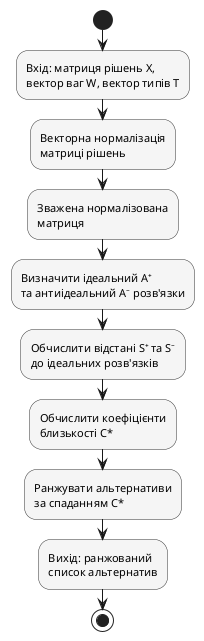
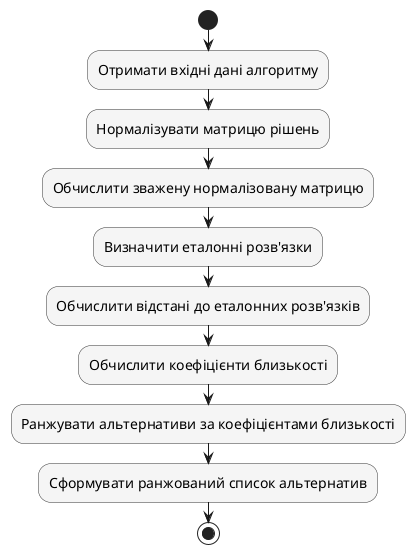
@startuml
' Рис. 2.8. Діаграма діяльності алгоритму TOPSIS
skinparam shadowing false
skinparam defaultFontName "Times New Roman"
- skinparam defaultFontSize 11
+ skinparam defaultFontSize 14
skinparam activity {
    BackgroundColor #f5f5f5
    BorderColor #333333
+     FontSize 14
}
+ skinparam activityDiamond {
+     FontSize 14
+ }
+ skinparam ArrowFontSize 13

start
- :Вхід: матриця рішень X,\nвектор ваг W, вектор типів T;
+ :Отримати вхідні дані алгоритму;

- :Векторна нормалізація\nматриці рішень;
+ :Нормалізувати матрицю рішень;

- :Зважена нормалізована\nматриця;
+ :Обчислити зважену нормалізовану матрицю;

- :Визначити ідеальний A⁺\nта антиідеальний A⁻ розв'язки;
+ :Визначити еталонні розв'язки;

- :Обчислити відстані S⁺ та S⁻\nдо ідеальних розв'язків;
+ :Обчислити відстані до еталонних розв'язків;

- :Обчислити коефіцієнти\nблизькості C*;
+ :Обчислити коефіцієнти близькості;

- :Ранжувати альтернативи\nза спаданням C*;
+ :Ранжувати альтернативи за коефіцієнтами близькості;

- :Вихід: ранжований\nсписок альтернатив;
+ :Сформувати ранжований список альтернатив;
stop

@enduml
